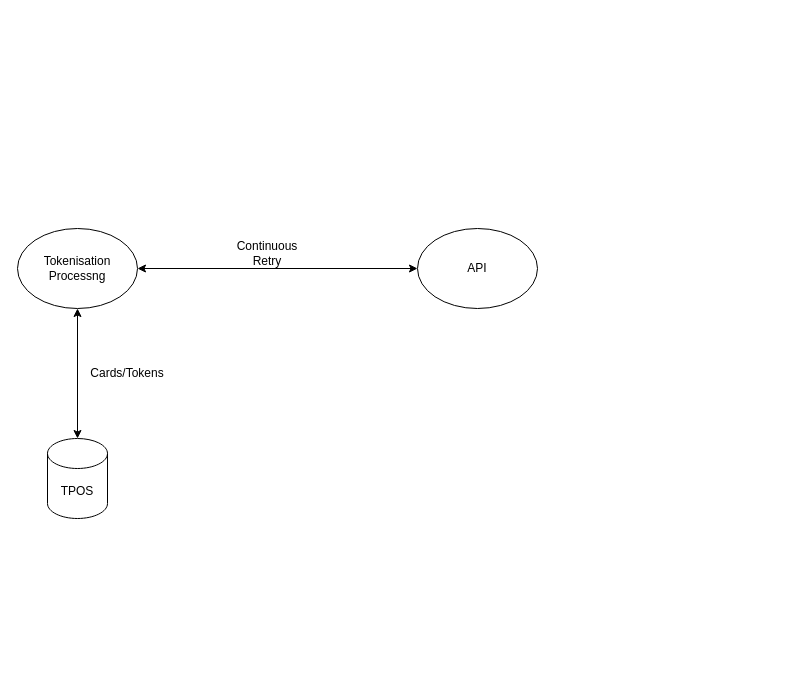
Before: Untitled Diagram.drawio in mattwatts36/drawings, a draw.io diagram. Source tidied: cells renumbered, new cells numbered last; positions are measured from the earlier drawing's top-left corner, leaving out a move shared by most shapes. Both pictures are drawn from the tidied source at 100%, with x=0, y=0 at pixel (17, 228).
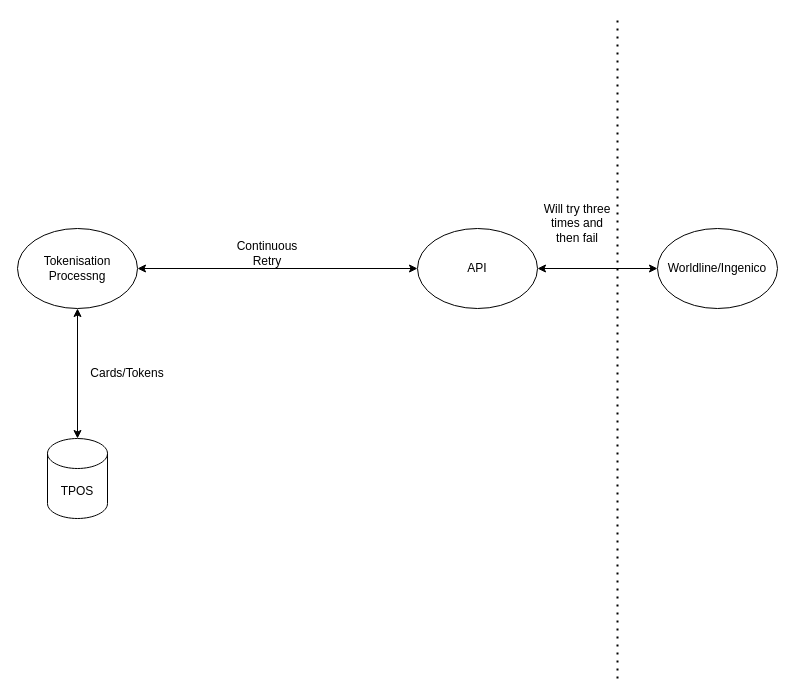
After the change.

The edit, as a diff of the source:
```diff
@@
 <mxGraphModel>
   <root>
     <mxCell id="0" />
     <mxCell id="1" parent="0" />
     <mxCell id="2" value="Tokenisation Processng" style="ellipse;whiteSpace=wrap;html=1;" parent="1" vertex="1">
       <mxGeometry width="120" height="80" as="geometry" />
     </mxCell>
     <mxCell id="3" value="TPOS" style="shape=cylinder3;whiteSpace=wrap;html=1;boundedLbl=1;backgroundOutline=1;size=15;" parent="1" vertex="1">
       <mxGeometry x="30" y="210" width="60" height="80" as="geometry" />
     </mxCell>
     <mxCell id="4" style="endArrow=classic;startArrow=classic;html=1;rounded=0;exitX=0.5;exitY=0;exitDx=0;exitDy=0;exitPerimeter=0;entryX=0.5;entryY=1;entryDx=0;entryDy=0;entryPerimeter=0;" parent="1" edge="1" source="3" target="2">
       <mxGeometry relative="1" as="geometry" />
     </mxCell>
     <mxCell id="5" value="Cards/Tokens" style="text;html=1;strokeColor=none;fillColor=none;align=center;verticalAlign=middle;whiteSpace=wrap;rounded=0;" parent="1" vertex="1">
       <mxGeometry x="80" y="130" width="60" height="30" as="geometry" />
     </mxCell>
     <mxCell id="6" value="API" style="ellipse;whiteSpace=wrap;html=1;" parent="1" vertex="1">
       <mxGeometry x="400" width="120" height="80" as="geometry" />
     </mxCell>
     <mxCell id="7" style="endArrow=classic;startArrow=classic;html=1;rounded=0;entryX=0;entryY=0.5;entryDx=0;entryDy=0;" parent="1" edge="1" target="6">
       <mxGeometry relative="1" as="geometry">
         <mxPoint x="120" y="40" as="sourcePoint" />
       </mxGeometry>
     </mxCell>
     <mxCell id="8" value="Continuous Retry" style="text;html=1;strokeColor=none;fillColor=none;align=center;verticalAlign=middle;whiteSpace=wrap;rounded=0;" parent="1" vertex="1">
       <mxGeometry x="220" y="10" width="60" height="30" as="geometry" />
     </mxCell>
+    <mxCell id="9" style="endArrow=none;dashed=1;html=1;dashPattern=1 3;strokeWidth=2;rounded=0;" parent="1" edge="1">
+      <mxGeometry relative="1" as="geometry">
+        <mxPoint x="600" y="450" as="sourcePoint" />
+        <mxPoint x="600" y="-210" as="targetPoint" />
+      </mxGeometry>
+    </mxCell>
+    <mxCell id="10" value="Worldline/Ingenico" style="ellipse;whiteSpace=wrap;html=1;" parent="1" vertex="1">
+      <mxGeometry x="640" width="120" height="80" as="geometry" />
+    </mxCell>
+    <mxCell id="11" style="endArrow=classic;startArrow=classic;html=1;rounded=0;exitX=1;exitY=0.5;exitDx=0;exitDy=0;entryX=0;entryY=0.5;entryDx=0;entryDy=0;" parent="1" edge="1" source="6" target="10">
+      <mxGeometry relative="1" as="geometry" />
+    </mxCell>
+    <mxCell id="12" value="Will try three times and then fail" style="text;html=1;strokeColor=none;fillColor=none;align=center;verticalAlign=middle;whiteSpace=wrap;rounded=0;" parent="1" vertex="1">
+      <mxGeometry x="520" y="-20" width="80" height="30" as="geometry" />
+    </mxCell>
   </root>
 </mxGraphModel>
```
